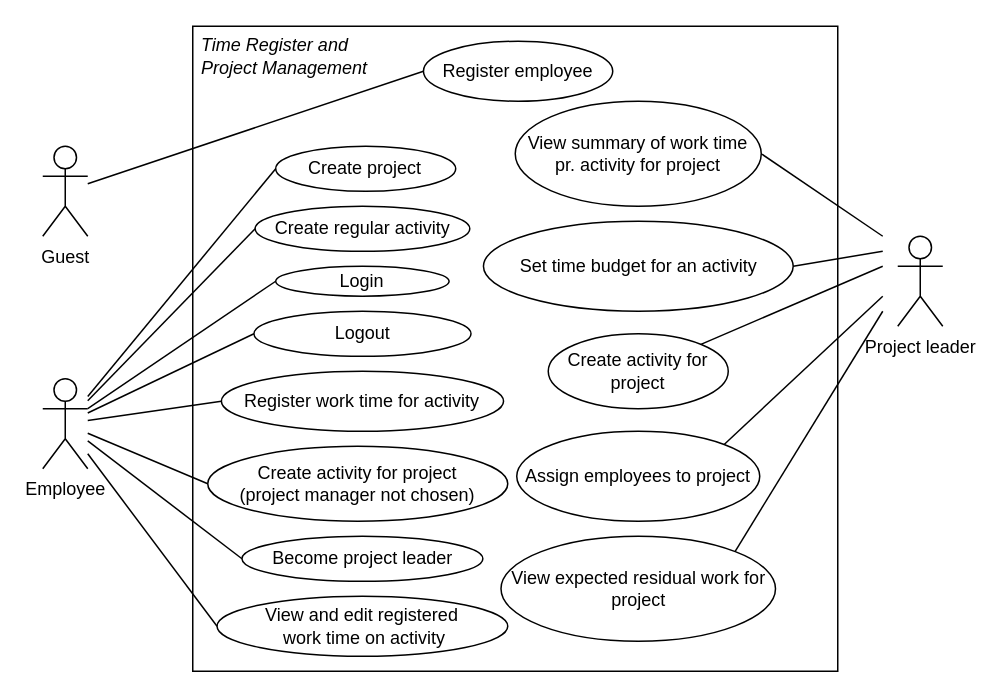
Above: RequirementsAndDesign/Diagrams/Timeregistrering og projektstyring.drawio in rwiuff/02161ExamProject (draw.io), before the change. Source tidied: cells renumbered, new cells numbered last; positions are measured from the earlier drawing's top-left corner, leaving out a move shared by most shapes. Both pictures are drawn from the tidied source at 150%, with x=0, y=0 at pixel (42, 26).
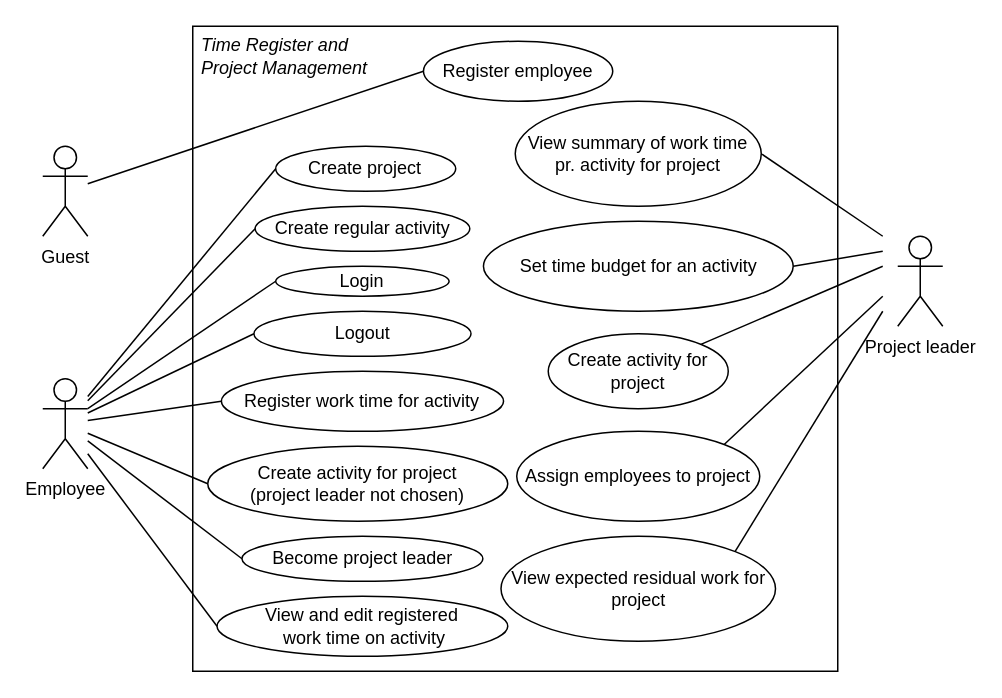
After the change.

What changed in the source:
```diff
@@
-    <mxCell id="26" value="Create activity for project &lt;br&gt;(project manager not chosen)" style="ellipse;whiteSpace=wrap;html=1;" parent="1" vertex="1">
+    <mxCell id="26" value="Create activity for project &lt;br&gt;(project leader not chosen)" style="ellipse;whiteSpace=wrap;html=1;" parent="1" vertex="1">
       <mxGeometry x="110" y="280" width="200" height="50" as="geometry" />
     </mxCell>
```
